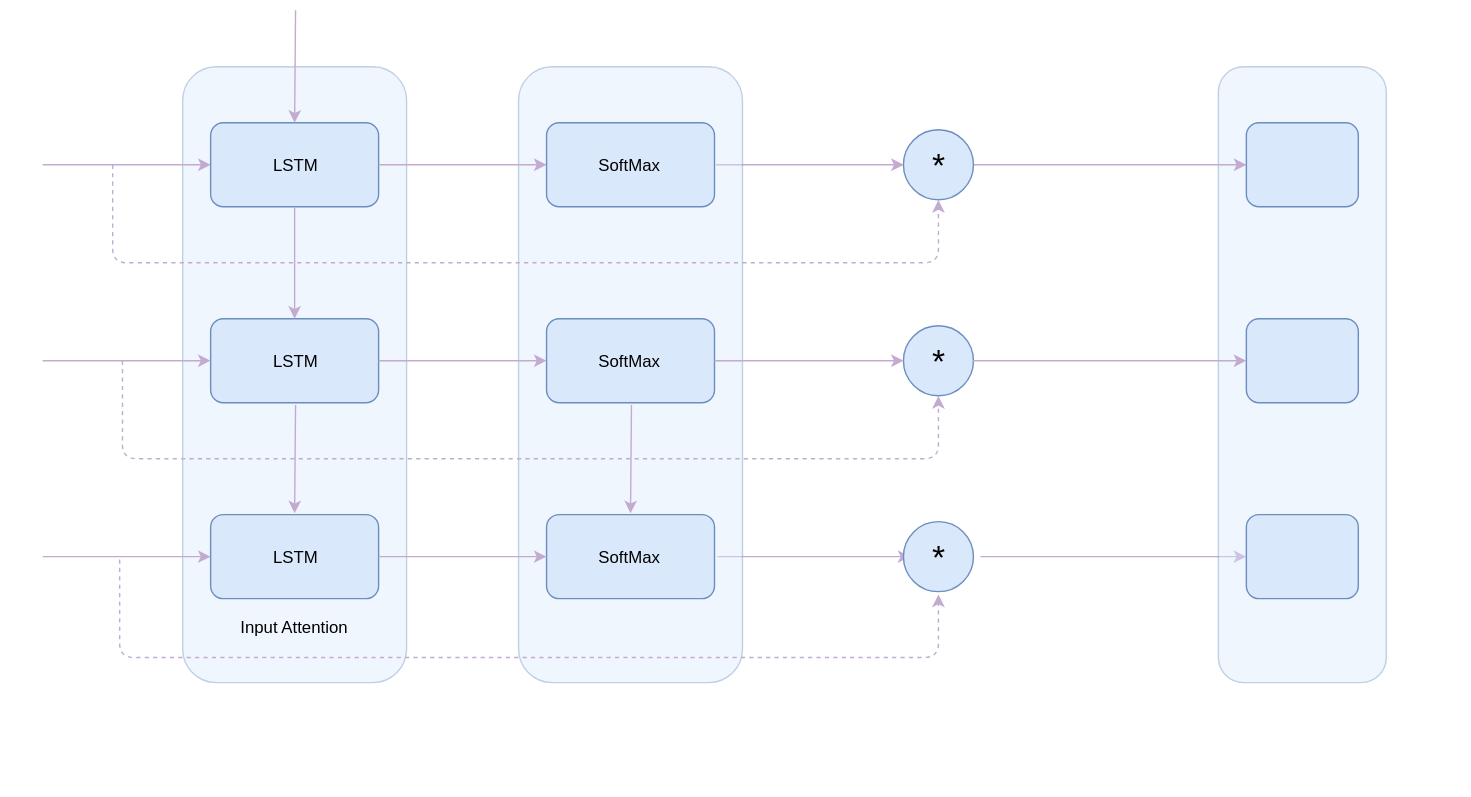
Earlier version of the draw.io export img/attention.svg (louisenaud/louisenaud.github.io). Source tidied: cells renumbered, new cells last; positions are measured from the earlier drawing's top-left corner, leaving out a move shared by most shapes.
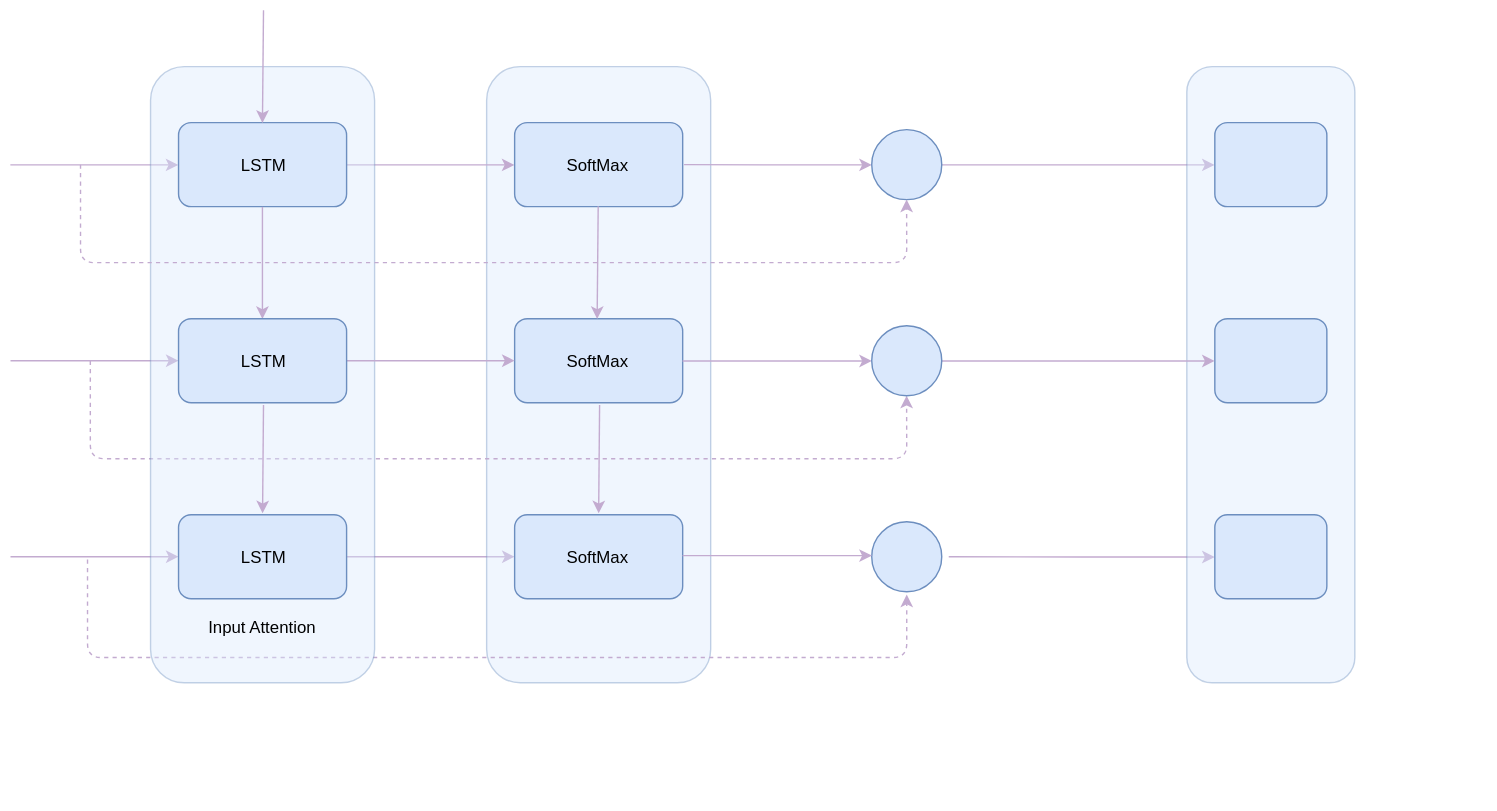
After the change.

Diff of the diagram source:
```diff
@@ -2,27 +2,9 @@
   <root>
     <mxCell id="0" style="html=1;" />
     <mxCell id="1" style="html=1;" parent="0" />
-    <mxCell id="2" style="rounded=1;whiteSpace=wrap;html=1;glass=0;comic=0;strokeColor=none;fillColor=#ffffff;opacity=0;" parent="1" vertex="1">
-      <mxGeometry y="50" width="1040" height="130" as="geometry" />
-    </mxCell>
-    <mxCell id="3" style="rounded=1;whiteSpace=wrap;html=1;glass=0;comic=0;strokeColor=none;fillColor=#ffffff;opacity=0;" parent="1" vertex="1">
-      <mxGeometry y="170" width="1040" height="130" as="geometry" />
-    </mxCell>
-    <mxCell id="4" style="rounded=1;whiteSpace=wrap;html=1;glass=0;comic=0;strokeColor=#6c8ebf;fillColor=#dae8fc;opacity=40;" parent="1" vertex="1">
-      <mxGeometry x="130" y="40" width="160" height="440" as="geometry" />
-    </mxCell>
     <mxCell id="5" style="group;opacity=40;" parent="1" vertex="1">
-      <mxGeometry x="30" y="40" width="1020" height="520" as="geometry" />
+      <mxGeometry x="30" y="40" width="1060" height="530" as="geometry" />
     </mxCell>
-    <mxCell id="6" style="rounded=1;whiteSpace=wrap;html=1;glass=0;comic=0;strokeColor=#6c8ebf;fillColor=#dae8fc;" parent="5" vertex="1">
-      <mxGeometry x="120" y="320" width="120" height="60" as="geometry" />
-    </mxCell>
-    <mxCell id="7" style="edgeStyle=orthogonalEdgeStyle;rounded=0;html=1;jettySize=auto;orthogonalLoop=1;strokeColor=#C3ABD0;" parent="5" edge="1">
-      <mxGeometry relative="1" as="geometry">
-        <mxPoint x="482" y="350" as="sourcePoint" />
-        <mxPoint x="620" y="350" as="targetPoint" />
-      </mxGeometry>
-    </mxCell>
     <mxCell id="8" style="edgeStyle=orthogonalEdgeStyle;rounded=0;html=1;entryX=0;entryY=0.5;jettySize=auto;strokeColor=#C3ABD0;" parent="5" edge="1" target="29">
       <mxGeometry relative="1" as="geometry">
         <mxPoint x="670" y="350" as="sourcePoint" />
@@ -34,64 +16,74 @@
         <mxPoint y="350" as="targetPoint" />
       </mxGeometry>
     </mxCell>
-    <mxCell id="10" value="LSTM" style="text;html=1;strokeColor=none;fillColor=none;align=center;verticalAlign=middle;whiteSpace=wrap;rounded=0;glass=0;comic=0;" parent="5" vertex="1">
-      <mxGeometry x="160" y="340" width="40" height="20" as="geometry" />
-    </mxCell>
+    <mxCell id="38" style="edgeStyle=orthogonalEdgeStyle;rounded=0;html=1;exitX=1;exitY=0.5;entryX=0;entryY=0.159;entryPerimeter=0;jettySize=auto;orthogonalLoop=1;strokeColor=#C3ABD0;" parent="5" edge="1">
+      <mxGeometry relative="1" as="geometry">
+        <mxPoint x="240" y="350" as="sourcePoint" />
+        <mxPoint x="360" y="350" as="targetPoint" />
+      </mxGeometry>
+    </mxCell>
     <mxCell id="11" style="group;" parent="5" vertex="1">
-      <mxGeometry width="1020" height="520" as="geometry" />
+      <mxGeometry width="1060" height="530" as="geometry" />
     </mxCell>
-    <mxCell id="12" style="rounded=1;whiteSpace=wrap;html=1;glass=0;comic=0;strokeColor=#6c8ebf;fillColor=#dae8fc;" parent="11" vertex="1">
-      <mxGeometry x="120" y="180" width="120" height="60" as="geometry" />
-    </mxCell>
     <mxCell id="13" style="edgeStyle=orthogonalEdgeStyle;rounded=0;html=1;exitX=0;exitY=0.5;jettySize=auto;orthogonalLoop=1;strokeColor=#C3ABD0;startArrow=classic;startFill=1;endArrow=none;endFill=0;" parent="11" edge="1">
       <mxGeometry relative="1" as="geometry">
         <mxPoint x="120" y="210" as="sourcePoint" />
         <mxPoint y="210" as="targetPoint" />
       </mxGeometry>
     </mxCell>
-    <mxCell id="14" value="LSTM" style="text;html=1;strokeColor=none;fillColor=none;align=center;verticalAlign=middle;whiteSpace=wrap;rounded=0;glass=0;comic=0;" parent="11" vertex="1">
-      <mxGeometry x="160" y="200" width="40" height="20" as="geometry" />
-    </mxCell>
     <mxCell id="15" style="group;" parent="11" vertex="1">
-      <mxGeometry width="1020" height="520" as="geometry" />
+      <mxGeometry width="1060" height="530" as="geometry" />
     </mxCell>
-    <mxCell id="16" style="rounded=1;whiteSpace=wrap;html=1;glass=0;comic=0;strokeColor=#6c8ebf;fillColor=#dae8fc;opacity=40;" parent="15" vertex="1">
-      <mxGeometry x="840" width="120" height="440" as="geometry" />
-    </mxCell>
-    <mxCell id="17" style="rounded=1;whiteSpace=wrap;html=1;glass=0;comic=0;strokeColor=none;fillColor=#ffffff;opacity=0;" parent="15" vertex="1">
-      <mxGeometry x="-20" y="310" width="1040" height="130" as="geometry" />
-    </mxCell>
+    <mxCell id="21" style="rounded=1;whiteSpace=wrap;html=1;glass=0;comic=0;strokeColor=#6c8ebf;fillColor=#dae8fc;opacity=40;" parent="15" vertex="1">
+      <mxGeometry x="340" width="160" height="440" as="geometry" />
+    </mxCell>
-    <mxCell id="18" style="edgeStyle=orthogonalEdgeStyle;rounded=0;html=1;exitX=0;exitY=0.5;jettySize=auto;strokeColor=#C3ABD0;startArrow=classic;startFill=1;endArrow=none;endFill=0;" parent="15" edge="1" source="19">
+    <mxCell id="18" style="edgeStyle=orthogonalEdgeStyle;rounded=0;html=1;exitX=0;exitY=0.5;jettySize=auto;orthogonalLoop=1;strokeColor=#C3ABD0;startArrow=classic;startFill=1;endArrow=none;endFill=0;" parent="15" edge="1">
       <mxGeometry relative="1" as="geometry">
+        <mxPoint x="119.9" y="70.2" as="sourcePoint" />
         <mxPoint y="70" as="targetPoint" />
+        <Array as="points">
+          <mxPoint x="30" y="70" />
+          <mxPoint x="30" y="70" />
+        </Array>
       </mxGeometry>
     </mxCell>
-    <mxCell id="19" style="rounded=1;whiteSpace=wrap;html=1;glass=0;comic=0;strokeColor=#6c8ebf;fillColor=#dae8fc;" parent="15" vertex="1">
-      <mxGeometry x="120" y="40" width="120" height="60" as="geometry" />
-    </mxCell>
     <mxCell id="20" style="edgeStyle=orthogonalEdgeStyle;rounded=0;html=1;jettySize=auto;strokeColor=#C3ABD0;entryX=0;entryY=0.5;" parent="15" edge="1" target="32">
       <mxGeometry relative="1" as="geometry">
         <mxPoint x="481" y="70" as="sourcePoint" />
       </mxGeometry>
     </mxCell>
-    <mxCell id="21" style="rounded=1;whiteSpace=wrap;html=1;glass=0;comic=0;strokeColor=#6c8ebf;fillColor=#dae8fc;opacity=40;" parent="15" vertex="1">
-      <mxGeometry x="340" width="160" height="440" as="geometry" />
-    </mxCell>
-    <mxCell id="22" style="edgeStyle=orthogonalEdgeStyle;rounded=0;html=1;exitX=1;exitY=0.5;entryX=0;entryY=0.5;jettySize=auto;strokeColor=#C3ABD0;" parent="15" edge="1" source="19" target="28">
-      <mxGeometry relative="1" as="geometry" />
+    <mxCell id="22" style="edgeStyle=orthogonalEdgeStyle;rounded=0;html=1;exitX=1;exitY=0.5;entryX=0;entryY=0.5;jettySize=auto;strokeColor=#C3ABD0;" parent="15" edge="1" target="28">
+      <mxGeometry relative="1" as="geometry">
+        <mxPoint x="239.9" y="70.2" as="sourcePoint" />
+      </mxGeometry>
     </mxCell>
     <mxCell id="23" style="edgeStyle=orthogonalEdgeStyle;rounded=0;html=1;jettySize=auto;strokeColor=#C3ABD0;exitX=1;exitY=0.5;entryX=0;entryY=0.5;" parent="15" edge="1" source="32" target="31">
       <mxGeometry relative="1" as="geometry" />
     </mxCell>
-    <mxCell id="24" value="LSTM" style="text;html=1;strokeColor=none;fillColor=none;align=center;verticalAlign=middle;whiteSpace=wrap;rounded=0;glass=0;comic=0;" parent="15" vertex="1">
-      <mxGeometry x="160" y="60" width="40" height="20" as="geometry" />
-    </mxCell>
-    <mxCell id="25" style="endArrow=classic;html=1;strokeColor=#C3ABD0;exitX=0.506;exitY=1.044;exitPerimeter=0;" parent="15" edge="1">
-      <mxGeometry relative="1" as="geometry">
-        <mxPoint x="420.7" y="241.7" as="sourcePoint" />
-        <mxPoint x="420" y="319" as="targetPoint" />
-      </mxGeometry>
-    </mxCell>
+    <mxCell id="34" style="endArrow=classic;html=1;strokeColor=#C3ABD0;dashed=1;" parent="15" edge="1">
+      <mxGeometry relative="1" as="geometry">
+        <mxPoint x="55" y="352" as="sourcePoint" />
+        <mxPoint x="640" y="377" as="targetPoint" />
+        <Array as="points">
+          <mxPoint x="55" y="422" />
+          <mxPoint x="335" y="422" />
+          <mxPoint x="640" y="422" />
+        </Array>
+      </mxGeometry>
+    </mxCell>
+    <mxCell id="35" style="endArrow=classic;html=1;strokeColor=#C3ABD0;entryX=0.5;entryY=1;dashed=1;" parent="15" edge="1" target="42">
+      <mxGeometry relative="1" as="geometry">
+        <mxPoint x="57" y="210" as="sourcePoint" />
+        <Array as="points">
+          <mxPoint x="57" y="280" />
+          <mxPoint x="337" y="280" />
+          <mxPoint x="640" y="280" />
+        </Array>
+      </mxGeometry>
+    </mxCell>
+    <mxCell id="16" style="rounded=1;whiteSpace=wrap;html=1;glass=0;comic=0;strokeColor=#6c8ebf;fillColor=#dae8fc;opacity=40;" parent="15" vertex="1">
+      <mxGeometry x="840" width="120" height="440" as="geometry" />
+    </mxCell>
     <mxCell id="26" value="SoftMax" style="rounded=1;whiteSpace=wrap;html=1;glass=0;comic=0;strokeColor=#6c8ebf;fillColor=#dae8fc;" parent="15" vertex="1">
       <mxGeometry x="360" y="320" width="120" height="60" as="geometry" />
     </mxCell>
@@ -110,65 +102,39 @@
     <mxCell id="31" style="rounded=1;whiteSpace=wrap;html=1;glass=0;comic=0;strokeColor=#6c8ebf;fillColor=#dae8fc;" parent="15" vertex="1">
       <mxGeometry x="860" y="40" width="80" height="60" as="geometry" />
     </mxCell>
-    <mxCell id="32" value="&lt;font style=&quot;font-size: 24px&quot;&gt;*&lt;/font&gt;" style="ellipse;whiteSpace=wrap;html=1;glass=0;comic=0;strokeColor=#6c8ebf;fillColor=#dae8fc;" parent="15" vertex="1">
+    <mxCell id="32" style="ellipse;whiteSpace=wrap;html=1;glass=0;comic=0;strokeColor=#6c8ebf;fillColor=#dae8fc;" parent="15" vertex="1">
       <mxGeometry x="615" y="45" width="50" height="50" as="geometry" />
     </mxCell>
-    <mxCell id="33" value="&lt;font style=&quot;font-size: 24px&quot;&gt;*&lt;/font&gt;" style="ellipse;whiteSpace=wrap;html=1;glass=0;comic=0;strokeColor=#6c8ebf;fillColor=#dae8fc;" parent="15" vertex="1">
+    <mxCell id="33" style="ellipse;whiteSpace=wrap;html=1;glass=0;comic=0;strokeColor=#6c8ebf;fillColor=#dae8fc;" parent="15" vertex="1">
       <mxGeometry x="615" y="325" width="50" height="50" as="geometry" />
     </mxCell>
-    <mxCell id="34" style="endArrow=classic;html=1;strokeColor=#C3ABD0;dashed=1;" parent="15" edge="1">
-      <mxGeometry relative="1" as="geometry">
-        <mxPoint x="55" y="352" as="sourcePoint" />
-        <mxPoint x="640" y="377" as="targetPoint" />
-        <Array as="points">
-          <mxPoint x="55" y="422" />
-          <mxPoint x="335" y="422" />
-          <mxPoint x="640" y="422" />
-        </Array>
-      </mxGeometry>
-    </mxCell>
-    <mxCell id="35" style="endArrow=classic;html=1;strokeColor=#C3ABD0;entryX=0.5;entryY=1;dashed=1;" parent="15" edge="1" target="42">
-      <mxGeometry relative="1" as="geometry">
-        <mxPoint x="57" y="210" as="sourcePoint" />
-        <Array as="points">
-          <mxPoint x="57" y="280" />
-          <mxPoint x="337" y="280" />
-          <mxPoint x="640" y="280" />
-        </Array>
-      </mxGeometry>
-    </mxCell>
-    <mxCell id="36" style="endArrow=classic;html=1;strokeColor=#C3ABD0;exitX=0.5;exitY=1;entryX=0.5;entryY=0;" parent="11" edge="1" source="19" target="12">
-      <mxGeometry relative="1" as="geometry" />
-    </mxCell>
+    <mxCell id="46" style="rounded=1;whiteSpace=wrap;html=1;glass=0;comic=0;strokeColor=#6c8ebf;fillColor=#dae8fc;opacity=40;" parent="15" vertex="1">
+      <mxGeometry x="100" width="160" height="440" as="geometry" />
+    </mxCell>
+    <mxCell id="47" style="edgeStyle=orthogonalEdgeStyle;rounded=0;html=1;exitX=1;exitY=0.5;entryX=0;entryY=0.5;jettySize=auto;orthogonalLoop=1;strokeColor=#C3ABD0;" parent="15" edge="1">
+      <mxGeometry relative="1" as="geometry">
+        <mxPoint x="479.9" y="349.2" as="sourcePoint" />
+        <mxPoint x="615.1" y="349.2" as="targetPoint" />
+      </mxGeometry>
+    </mxCell>
+    <mxCell id="48" style="endArrow=classic;html=1;strokeColor=#C3ABD0;exitX=0.506;exitY=1.044;exitPerimeter=0;entryX=0.5;entryY=0;" parent="15" edge="1">
+      <mxGeometry relative="1" as="geometry">
+        <mxPoint x="419.7" y="99.7" as="sourcePoint" />
+        <mxPoint x="418.9" y="180.2" as="targetPoint" />
+      </mxGeometry>
+    </mxCell>
+    <mxCell id="25" style="endArrow=classic;html=1;strokeColor=#C3ABD0;exitX=0.506;exitY=1.044;exitPerimeter=0;" parent="15" edge="1">
+      <mxGeometry relative="1" as="geometry">
+        <mxPoint x="420.7" y="241.7" as="sourcePoint" />
+        <mxPoint x="420" y="319" as="targetPoint" />
+      </mxGeometry>
+    </mxCell>
     <mxCell id="37" style="edgeStyle=orthogonalEdgeStyle;rounded=0;html=1;exitX=1;exitY=0.5;entryX=0;entryY=0.159;entryPerimeter=0;jettySize=auto;orthogonalLoop=1;strokeColor=#C3ABD0;" parent="11" edge="1">
       <mxGeometry relative="1" as="geometry">
         <mxPoint x="240" y="210" as="sourcePoint" />
         <mxPoint x="360" y="210" as="targetPoint" />
       </mxGeometry>
     </mxCell>
-    <mxCell id="38" style="edgeStyle=orthogonalEdgeStyle;rounded=0;html=1;exitX=1;exitY=0.5;entryX=0;entryY=0.159;entryPerimeter=0;jettySize=auto;orthogonalLoop=1;strokeColor=#C3ABD0;" parent="5" edge="1">
-      <mxGeometry relative="1" as="geometry">
-        <mxPoint x="240" y="350" as="sourcePoint" />
-        <mxPoint x="360" y="350" as="targetPoint" />
-      </mxGeometry>
-    </mxCell>
-    <mxCell id="39" value="Input Attention" style="text;html=1;strokeColor=none;fillColor=none;align=center;verticalAlign=middle;whiteSpace=wrap;rounded=0;glass=0;comic=0;" parent="1" vertex="1">
-      <mxGeometry x="155" y="430" width="110" height="20" as="geometry" />
-    </mxCell>
-    <mxCell id="40" style="endArrow=classic;html=1;strokeColor=#C3ABD0;exitX=0.506;exitY=1.044;exitPerimeter=0;" parent="1" edge="1">
-      <mxGeometry relative="1" as="geometry">
-        <mxPoint x="210.7" y="281.7" as="sourcePoint" />
-        <mxPoint x="210" y="359" as="targetPoint" />
-      </mxGeometry>
-    </mxCell>
-    <mxCell id="41" style="endArrow=classic;html=1;strokeColor=#C3ABD0;exitX=0.506;exitY=1.044;exitPerimeter=0;entryX=0.5;entryY=0;" parent="1" edge="1" target="19">
-      <mxGeometry relative="1" as="geometry">
-        <mxPoint x="210.7" y="-0.3" as="sourcePoint" />
-      </mxGeometry>
-    </mxCell>
-    <mxCell id="42" value="&lt;font style=&quot;font-size: 24px&quot;&gt;*&lt;/font&gt;" style="ellipse;whiteSpace=wrap;html=1;glass=0;comic=0;strokeColor=#6c8ebf;fillColor=#dae8fc;" parent="1" vertex="1">
-      <mxGeometry x="645" y="225" width="50" height="50" as="geometry" />
-    </mxCell>
     <mxCell id="43" style="edgeStyle=orthogonalEdgeStyle;rounded=0;html=1;exitX=1;exitY=0.5;entryX=0;entryY=0.5;jettySize=auto;strokeColor=#C3ABD0;" parent="1" edge="1" source="27" target="42">
       <mxGeometry relative="1" as="geometry" />
     </mxCell>
@@ -185,5 +151,43 @@
         </Array>
       </mxGeometry>
     </mxCell>
+    <mxCell id="42" style="ellipse;whiteSpace=wrap;html=1;glass=0;comic=0;strokeColor=#6c8ebf;fillColor=#dae8fc;" parent="1" vertex="1">
+      <mxGeometry x="645" y="225" width="50" height="50" as="geometry" />
+    </mxCell>
+    <mxCell id="17" style="rounded=1;whiteSpace=wrap;html=1;glass=0;comic=0;strokeColor=#6c8ebf;fillColor=#dae8fc;" parent="1" vertex="1">
+      <mxGeometry x="150" y="80" width="120" height="60" as="geometry" />
+    </mxCell>
+    <mxCell id="49" value="LSTM" style="text;html=1;strokeColor=none;fillColor=none;align=center;verticalAlign=middle;whiteSpace=wrap;rounded=0;glass=0;comic=0;" parent="1" vertex="1">
+      <mxGeometry x="190" y="100" width="40" height="20" as="geometry" />
+    </mxCell>
+    <mxCell id="50" style="endArrow=classic;html=1;strokeColor=#C3ABD0;exitX=0.5;exitY=1;entryX=0.5;entryY=0;" parent="1" edge="1" source="17" target="51">
+      <mxGeometry relative="1" as="geometry" />
+    </mxCell>
+    <mxCell id="51" style="rounded=1;whiteSpace=wrap;html=1;glass=0;comic=0;strokeColor=#6c8ebf;fillColor=#dae8fc;" parent="1" vertex="1">
+      <mxGeometry x="150" y="220" width="120" height="60" as="geometry" />
+    </mxCell>
+    <mxCell id="52" value="LSTM" style="text;html=1;strokeColor=none;fillColor=none;align=center;verticalAlign=middle;whiteSpace=wrap;rounded=0;glass=0;comic=0;" parent="1" vertex="1">
+      <mxGeometry x="190" y="240" width="40" height="20" as="geometry" />
+    </mxCell>
+    <mxCell id="53" style="rounded=1;whiteSpace=wrap;html=1;glass=0;comic=0;strokeColor=#6c8ebf;fillColor=#dae8fc;" parent="1" vertex="1">
+      <mxGeometry x="150" y="360" width="120" height="60" as="geometry" />
+    </mxCell>
+    <mxCell id="54" value="LSTM" style="text;html=1;strokeColor=none;fillColor=none;align=center;verticalAlign=middle;whiteSpace=wrap;rounded=0;glass=0;comic=0;" parent="1" vertex="1">
+      <mxGeometry x="190" y="380" width="40" height="20" as="geometry" />
+    </mxCell>
+    <mxCell id="55" style="endArrow=classic;html=1;strokeColor=#C3ABD0;exitX=0.506;exitY=1.044;exitPerimeter=0;" parent="1" edge="1">
+      <mxGeometry relative="1" as="geometry">
+        <mxPoint x="210.7" y="281.7" as="sourcePoint" />
+        <mxPoint x="210" y="359" as="targetPoint" />
+      </mxGeometry>
+    </mxCell>
+    <mxCell id="56" style="endArrow=classic;html=1;strokeColor=#C3ABD0;exitX=0.506;exitY=1.044;exitPerimeter=0;entryX=0.5;entryY=0;" parent="1" edge="1" target="17">
+      <mxGeometry relative="1" as="geometry">
+        <mxPoint x="210.7" y="-0.3" as="sourcePoint" />
+      </mxGeometry>
+    </mxCell>
+    <mxCell id="39" value="Input Attention" style="text;html=1;strokeColor=none;fillColor=none;align=center;verticalAlign=middle;whiteSpace=wrap;rounded=0;glass=0;comic=0;" parent="1" vertex="1">
+      <mxGeometry x="155" y="430" width="110" height="20" as="geometry" />
+    </mxCell>
   </root>
 </mxGraphModel>
```
